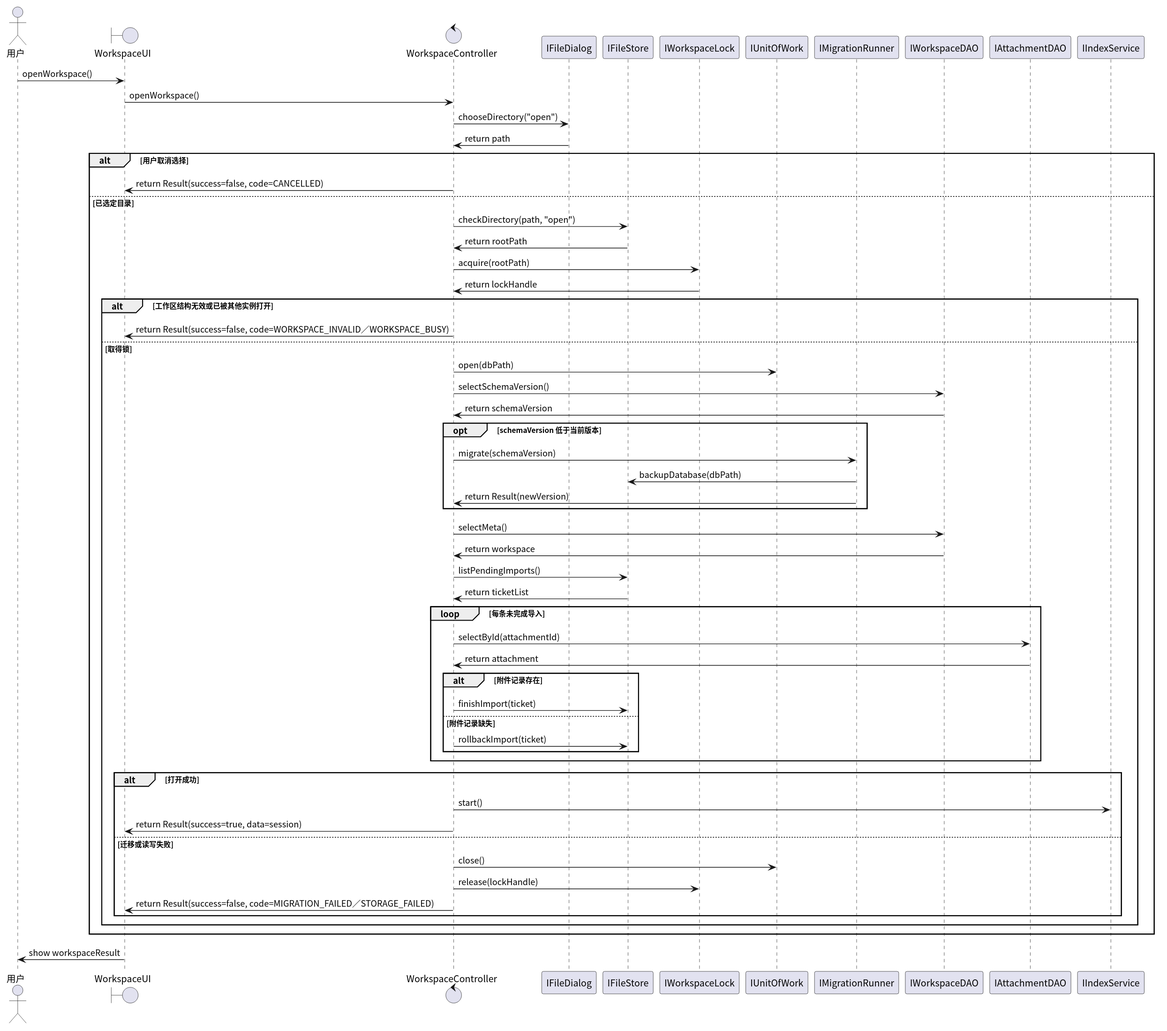
Earlier version of the PlantUML export docs/SE_Experiment/design/figures/uc01-open.svg (AlanRosston/labloom).
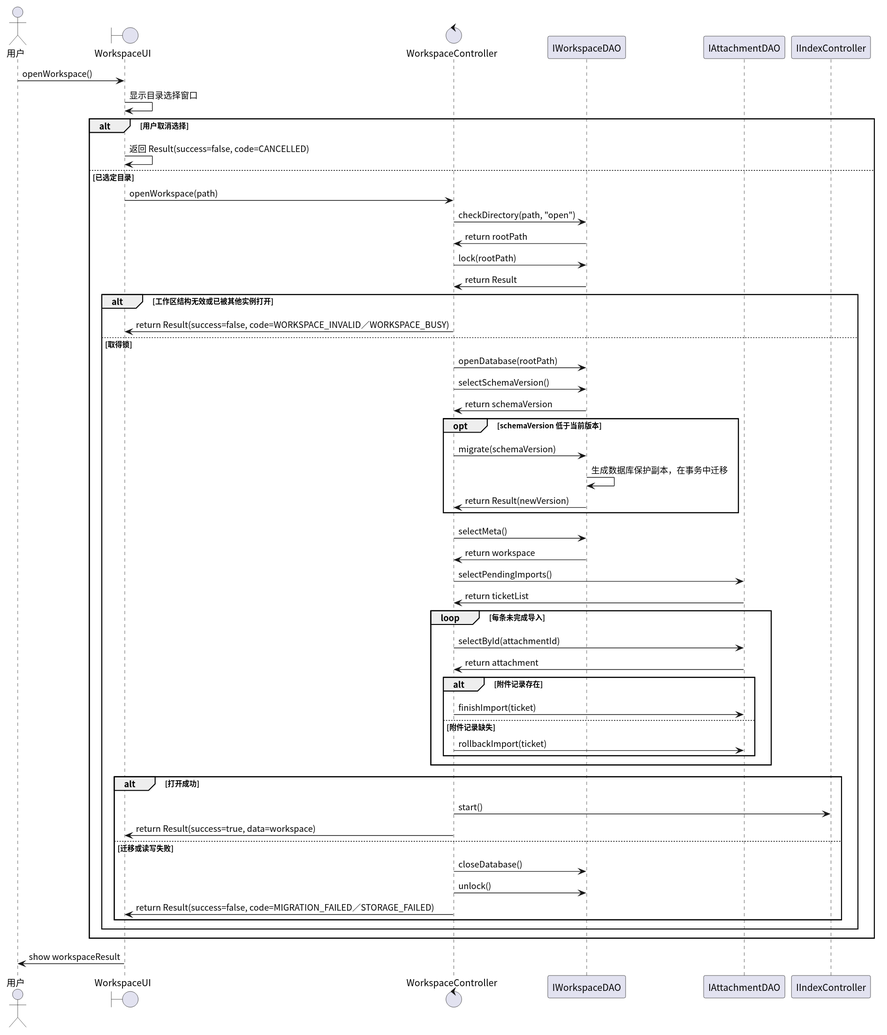
Above is the later version.

What changed in the source:
```diff
@@ -3,56 +3,50 @@
 actor 用户
 boundary WorkspaceUI
 control WorkspaceController
-participant IFileDialog
-participant IFileStore
-participant IWorkspaceLock
-participant IUnitOfWork
-participant IMigrationRunner
 participant IWorkspaceDAO
 participant IAttachmentDAO
-participant IIndexService
+participant IIndexController
 
 用户 -> WorkspaceUI: openWorkspace()
-WorkspaceUI -> WorkspaceController: openWorkspace()
-WorkspaceController -> IFileDialog: chooseDirectory("open")
-IFileDialog -> WorkspaceController: return path
+WorkspaceUI -> WorkspaceUI: 显示目录选择窗口
 alt 用户取消选择
-  WorkspaceController -> WorkspaceUI: return Result(success=false, code=CANCELLED)
+  WorkspaceUI -> WorkspaceUI: 返回 Result(success=false, code=CANCELLED)
 else 已选定目录
-  WorkspaceController -> IFileStore: checkDirectory(path, "open")
-  IFileStore -> WorkspaceController: return rootPath
-  WorkspaceController -> IWorkspaceLock: acquire(rootPath)
-  IWorkspaceLock -> WorkspaceController: return lockHandle
+  WorkspaceUI -> WorkspaceController: openWorkspace(path)
+  WorkspaceController -> IWorkspaceDAO: checkDirectory(path, "open")
+  IWorkspaceDAO -> WorkspaceController: return rootPath
+  WorkspaceController -> IWorkspaceDAO: lock(rootPath)
+  IWorkspaceDAO -> WorkspaceController: return Result
   alt 工作区结构无效或已被其他实例打开
     WorkspaceController -> WorkspaceUI: return Result(success=false, code=WORKSPACE_INVALID／WORKSPACE_BUSY)
   else 取得锁
-    WorkspaceController -> IUnitOfWork: open(dbPath)
+    WorkspaceController -> IWorkspaceDAO: openDatabase(rootPath)
     WorkspaceController -> IWorkspaceDAO: selectSchemaVersion()
     IWorkspaceDAO -> WorkspaceController: return schemaVersion
     opt schemaVersion 低于当前版本
-      WorkspaceController -> IMigrationRunner: migrate(schemaVersion)
-      IMigrationRunner -> IFileStore: backupDatabase(dbPath)
-      IMigrationRunner -> WorkspaceController: return Result(newVersion)
+      WorkspaceController -> IWorkspaceDAO: migrate(schemaVersion)
+      IWorkspaceDAO -> IWorkspaceDAO: 生成数据库保护副本，在事务中迁移
+      IWorkspaceDAO -> WorkspaceController: return Result(newVersion)
     end
     WorkspaceController -> IWorkspaceDAO: selectMeta()
     IWorkspaceDAO -> WorkspaceController: return workspace
-    WorkspaceController -> IFileStore: listPendingImports()
-    IFileStore -> WorkspaceController: return ticketList
+    WorkspaceController -> IAttachmentDAO: selectPendingImports()
+    IAttachmentDAO -> WorkspaceController: return ticketList
     loop 每条未完成导入
       WorkspaceController -> IAttachmentDAO: selectById(attachmentId)
       IAttachmentDAO -> WorkspaceController: return attachment
       alt 附件记录存在
-        WorkspaceController -> IFileStore: finishImport(ticket)
+        WorkspaceController -> IAttachmentDAO: finishImport(ticket)
       else 附件记录缺失
-        WorkspaceController -> IFileStore: rollbackImport(ticket)
+        WorkspaceController -> IAttachmentDAO: rollbackImport(ticket)
       end
     end
     alt 打开成功
-      WorkspaceController -> IIndexService: start()
-      WorkspaceController -> WorkspaceUI: return Result(success=true, data=session)
+      WorkspaceController -> IIndexController: start()
+      WorkspaceController -> WorkspaceUI: return Result(success=true, data=workspace)
     else 迁移或读写失败
-      WorkspaceController -> IUnitOfWork: close()
-      WorkspaceController -> IWorkspaceLock: release(lockHandle)
+      WorkspaceController -> IWorkspaceDAO: closeDatabase()
+      WorkspaceController -> IWorkspaceDAO: unlock()
       WorkspaceController -> WorkspaceUI: return Result(success=false, code=MIGRATION_FAILED／STORAGE_FAILED)
     end
   end
```
